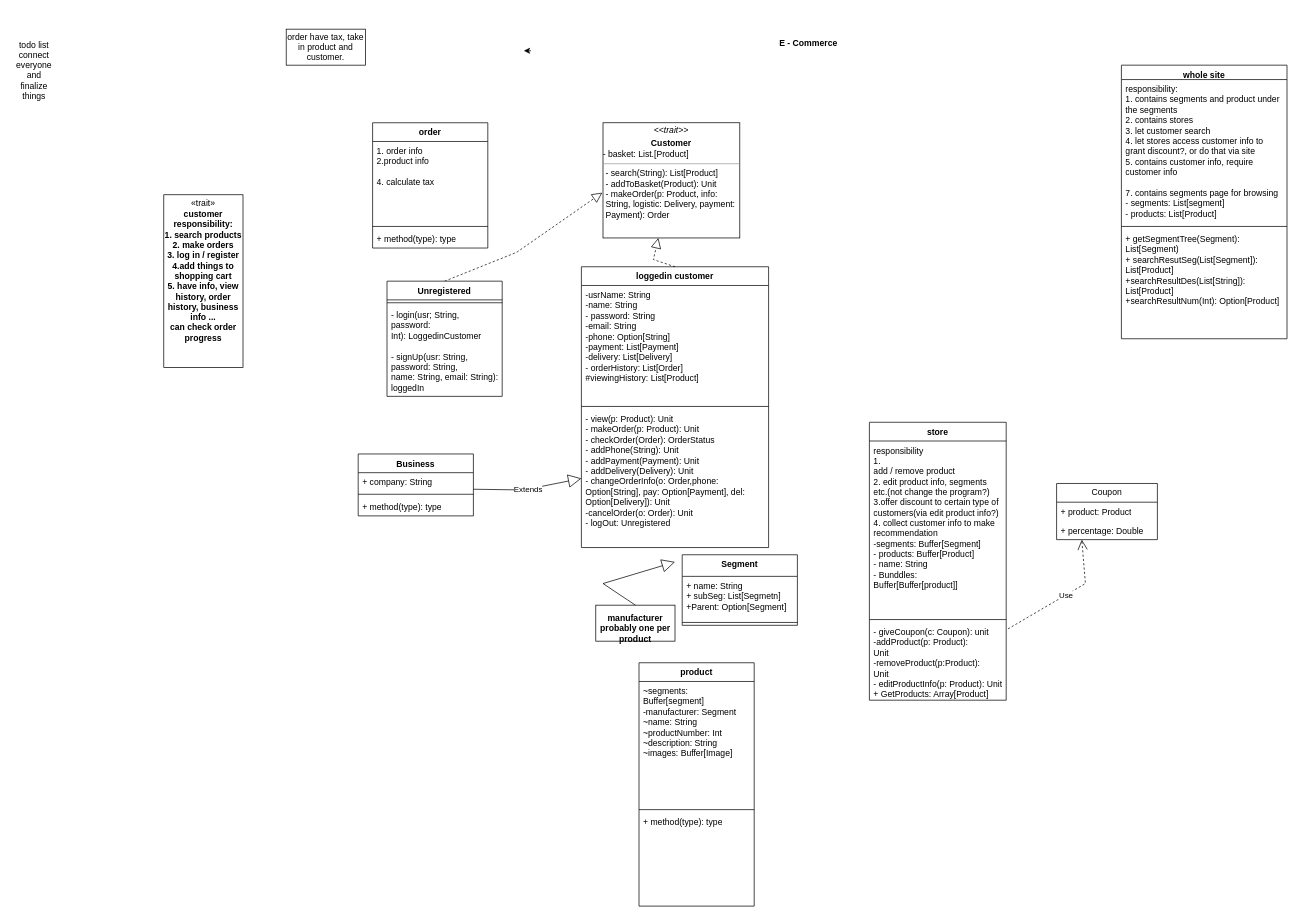
picadud/StudioA keeps this draw.io diagram as Untitled Diagram.drawio. Above is the earlier version. Source tidied: cells renumbered, new cells numbered last; positions are measured from the earlier drawing's top-left corner, leaving out a move shared by most shapes. Both pictures are drawn from the tidied source at 72%, with x=0, y=0 at pixel (12, 14).
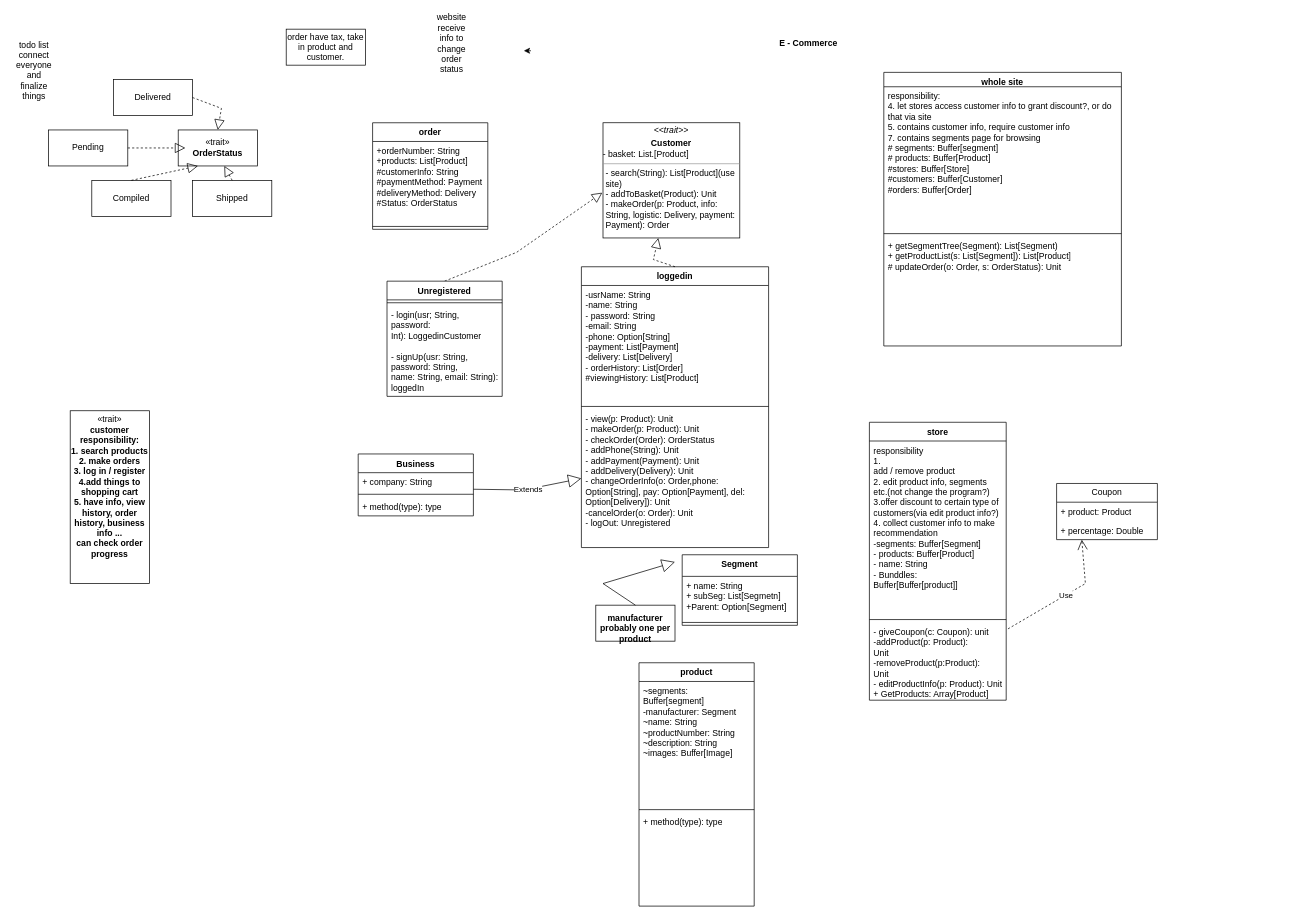
The same page after the edit.

Unchanged cells that the change refers to:
```xml
<mxCell id="24" value="product" style="swimlane;fontStyle=1;align=center;verticalAlign=top;horizontal=1;startSize=26;whiteSpace=wrap;html=1;" parent="1" vertex="1">
  <mxGeometry x="870" y="900" width="160" height="338" as="geometry" />
</mxCell>
```

The edit, as a diff of the source:
```diff
@@
     <mxCell id="3" value="whole site" style="swimlane;fontStyle=1;align=center;verticalAlign=top;horizontal=1;startSize=20;whiteSpace=wrap;html=1;" parent="1" vertex="1">
-      <mxGeometry x="1540" y="70" width="230" height="380" as="geometry" />
+      <mxGeometry x="1210" y="80" width="330" height="380" as="geometry" />
     </mxCell>
-    <mxCell id="4" value="&lt;div&gt;responsibility:&lt;/div&gt;&lt;div&gt;1. contains segments and product under the segments&lt;/div&gt;&lt;div&gt;2. contains stores&lt;/div&gt;&lt;div&gt;3. let customer search&lt;/div&gt;&lt;div&gt;4. let stores access customer info to grant discount?, or do that via site&lt;/div&gt;&lt;div&gt;5. contains customer info, require customer info&lt;br&gt;&lt;/div&gt;&lt;div&gt;&lt;br&gt;&lt;/div&gt;&lt;div&gt;7. contains segments page for browsing&lt;br&gt;&lt;/div&gt;&lt;div&gt;- segments: List[segment]&lt;/div&gt;&lt;div&gt;- products: List[Product]&lt;br&gt;&lt;/div&gt;&lt;div&gt;&lt;br&gt;&lt;/div&gt;" style="text;strokeColor=none;fillColor=none;align=left;verticalAlign=top;spacingLeft=4;spacingRight=4;overflow=hidden;whiteSpace=wrap;html=1;" parent="3" vertex="1">
-      <mxGeometry y="20" width="230" height="200" as="geometry" />
+    <mxCell id="4" value="&lt;div&gt;responsibility:&lt;/div&gt;&lt;div&gt;4. let stores access customer info to grant discount?, or do that via site&lt;/div&gt;&lt;div&gt;5. contains customer info, require customer info&lt;br&gt;&lt;/div&gt;&lt;div&gt;7. contains segments page for browsing&lt;br&gt;&lt;/div&gt;&lt;div&gt;# segments: Buffer[segment]&lt;/div&gt;&lt;div&gt;# products: Buffer[Product]&lt;/div&gt;&lt;div&gt;#stores: Buffer[Store]&lt;/div&gt;&lt;div&gt;#customers: Buffer[Customer]&lt;/div&gt;&lt;div&gt;#orders: Buffer[Order]&lt;br&gt;&lt;/div&gt;&lt;div&gt;&lt;br&gt;&lt;/div&gt;&lt;div&gt;&lt;br&gt;&lt;/div&gt;&lt;div&gt;&lt;br&gt;&lt;/div&gt;" style="text;strokeColor=none;fillColor=none;align=left;verticalAlign=top;spacingLeft=4;spacingRight=4;overflow=hidden;whiteSpace=wrap;html=1;" parent="3" vertex="1">
+      <mxGeometry y="20" width="330" height="200" as="geometry" />
     </mxCell>
     <mxCell id="5" style="line;strokeWidth=1;fillColor=none;align=left;verticalAlign=middle;spacingTop=-1;spacingLeft=3;spacingRight=3;labelPosition=right;strokeColor=inherit;" parent="3" vertex="1">
-      <mxGeometry y="220" width="230" height="8" as="geometry" />
+      <mxGeometry y="220" width="330" height="8" as="geometry" />
     </mxCell>
-    <mxCell id="6" value="&lt;div&gt;+ getSegmentTree(Segment): List[Segment)&lt;/div&gt;&lt;div&gt;+ searchResutSeg(List[Segment]):&lt;/div&gt;&lt;div&gt;List[Product]&lt;/div&gt;&lt;div&gt;+searchResultDes(List[String]):&lt;/div&gt;&lt;div&gt;List[Product]&lt;/div&gt;&lt;div&gt;+searchResultNum(Int): Option[Product]&lt;br&gt;&lt;/div&gt;" style="text;strokeColor=none;fillColor=none;align=left;verticalAlign=top;spacingLeft=4;spacingRight=4;overflow=hidden;whiteSpace=wrap;html=1;" parent="3" vertex="1">
-      <mxGeometry y="228" width="230" height="152" as="geometry" />
+    <mxCell id="6" value="&lt;div&gt;+ getSegmentTree(Segment): List[Segment)&lt;/div&gt;&lt;div&gt;+ getProductList(s: List[Segment]): List[Product]&lt;/div&gt;&lt;div&gt;# updateOrder(o: Order, s: OrderStatus): Unit&lt;/div&gt;&lt;div&gt;&lt;br&gt;&lt;/div&gt;&lt;div&gt;&lt;br&gt;&lt;/div&gt;" style="text;strokeColor=none;fillColor=none;align=left;verticalAlign=top;spacingLeft=4;spacingRight=4;overflow=hidden;whiteSpace=wrap;html=1;" parent="3" vertex="1">
+      <mxGeometry y="228" width="330" height="152" as="geometry" />
     </mxCell>
     <mxCell id="7" value="&lt;div&gt;«trait»&lt;/div&gt;&lt;div&gt;&lt;b&gt;customer&lt;/b&gt;&lt;/div&gt;&lt;div&gt;&lt;b&gt;responsibility:&lt;/b&gt;&lt;/div&gt;&lt;div&gt;&lt;b&gt;1. search products&lt;/b&gt;&lt;/div&gt;&lt;div&gt;&lt;b&gt;2. make orders&lt;/b&gt;&lt;/div&gt;&lt;div&gt;&lt;b&gt;3. log in / register&lt;/b&gt;&lt;/div&gt;&lt;div&gt;&lt;b&gt;4.add things to shopping cart&lt;/b&gt;&lt;/div&gt;&lt;div&gt;&lt;b&gt;5. have info, view history, order history, business info ...&lt;br&gt;&lt;/b&gt;&lt;/div&gt;&lt;div&gt;&lt;b&gt;can check order progress&lt;br&gt;&lt;/b&gt;&lt;/div&gt;&lt;div&gt;&lt;b&gt;&lt;br&gt;&lt;/b&gt;&lt;/div&gt;&lt;div&gt;&lt;b&gt;&lt;br&gt;&lt;/b&gt;&lt;/div&gt;" style="html=1;whiteSpace=wrap;" parent="1" vertex="1">
-      <mxGeometry x="210" y="250" width="110" height="240" as="geometry" />
+      <mxGeometry x="80" y="550" width="110" height="240" as="geometry" />
     </mxCell>
-    <mxCell id="8" value="loggedin customer" style="swimlane;fontStyle=1;align=center;verticalAlign=top;horizontal=1;startSize=26;whiteSpace=wrap;html=1;" parent="1" vertex="1">
+    <mxCell id="8" value="loggedin " style="swimlane;fontStyle=1;align=center;verticalAlign=top;horizontal=1;startSize=26;whiteSpace=wrap;html=1;" parent="1" vertex="1">
       <mxGeometry x="790" y="350" width="260" height="390" as="geometry" />
     </mxCell>
@@
     <mxCell id="16" value="order" style="swimlane;fontStyle=1;align=center;verticalAlign=top;horizontal=1;startSize=26;whiteSpace=wrap;html=1;" parent="1" vertex="1">
-      <mxGeometry x="500" y="150" width="160" height="174" as="geometry" />
+      <mxGeometry x="500" y="150" width="160" height="148" as="geometry" />
     </mxCell>
-    <mxCell id="17" value="&lt;div&gt;1. order info&lt;/div&gt;&lt;div&gt;2.product info&lt;/div&gt;&lt;div&gt;&lt;br&gt;&lt;/div&gt;&lt;div&gt;4. calculate tax&lt;br&gt;&lt;/div&gt;&lt;div&gt;&lt;br&gt;&lt;/div&gt;" style="text;strokeColor=none;fillColor=none;align=left;verticalAlign=top;spacingLeft=4;spacingRight=4;overflow=hidden;whiteSpace=wrap;html=1;" parent="16" vertex="1">
+    <mxCell id="17" value="&lt;div&gt;+orderNumber: String&lt;/div&gt;&lt;div&gt;+products: List[Product]&lt;/div&gt;&lt;div&gt;#customerInfo: String&lt;/div&gt;&lt;div&gt;#paymentMethod: Payment&lt;/div&gt;&lt;div&gt;#deliveryMethod: Delivery&lt;/div&gt;&lt;div&gt;#Status: OrderStatus&lt;br&gt;&lt;/div&gt;" style="text;strokeColor=none;fillColor=none;align=left;verticalAlign=top;spacingLeft=4;spacingRight=4;overflow=hidden;whiteSpace=wrap;html=1;" parent="16" vertex="1">
       <mxGeometry y="26" width="160" height="114" as="geometry" />
     </mxCell>
@@
-    <mxCell id="19" value="+ method(type): type" style="text;strokeColor=none;fillColor=none;align=left;verticalAlign=top;spacingLeft=4;spacingRight=4;overflow=hidden;whiteSpace=wrap;html=1;" parent="16" vertex="1">
-      <mxGeometry y="148" width="160" height="26" as="geometry" />
-    </mxCell>
@@
-    <mxCell id="25" value="&lt;div&gt;~segments: Buffer[segment]&lt;/div&gt;&lt;div&gt;-manufacturer: Segment&lt;/div&gt;&lt;div&gt;~name: String&lt;/div&gt;&lt;div&gt;~productNumber: Int&lt;/div&gt;&lt;div&gt;~description: String&lt;/div&gt;&lt;div&gt;~images: Buffer[Image]&lt;br&gt;&lt;/div&gt;&lt;div&gt;&lt;br&gt;&lt;/div&gt;&lt;div&gt;&lt;br&gt;&lt;/div&gt;&lt;div&gt;&lt;br&gt;&lt;/div&gt;" style="text;strokeColor=none;fillColor=none;align=left;verticalAlign=top;spacingLeft=4;spacingRight=4;overflow=hidden;whiteSpace=wrap;html=1;" parent="24" vertex="1">
+    <mxCell id="25" value="&lt;div&gt;~segments: Buffer[segment]&lt;/div&gt;&lt;div&gt;-manufacturer: Segment&lt;/div&gt;&lt;div&gt;~name: String&lt;/div&gt;&lt;div&gt;~productNumber: String&lt;/div&gt;&lt;div&gt;~description: String&lt;/div&gt;&lt;div&gt;~images: Buffer[Image]&lt;br&gt;&lt;/div&gt;&lt;div&gt;&lt;br&gt;&lt;/div&gt;&lt;div&gt;&lt;br&gt;&lt;/div&gt;&lt;div&gt;&lt;br&gt;&lt;/div&gt;" style="text;strokeColor=none;fillColor=none;align=left;verticalAlign=top;spacingLeft=4;spacingRight=4;overflow=hidden;whiteSpace=wrap;html=1;" parent="24" vertex="1">
       <mxGeometry y="26" width="160" height="174" as="geometry" />
     </mxCell>
@@
-    <mxCell id="38" value="&lt;p style=&quot;margin:0px;margin-top:4px;text-align:center;&quot;&gt;&lt;i&gt;&amp;lt;&amp;lt;trait&amp;gt;&amp;gt;&lt;/i&gt;&lt;/p&gt;&lt;p style=&quot;margin:0px;margin-top:4px;text-align:center;&quot;&gt;&lt;b&gt;Customer&lt;/b&gt;&lt;br&gt;&lt;/p&gt;- basket: List.[Product]&lt;br&gt;&lt;hr size=&quot;1&quot;&gt;&lt;p style=&quot;margin:0px;margin-left:4px;&quot;&gt;- search(String): List[Product]&lt;br&gt;- addToBasket(Product): Unit&lt;/p&gt;&lt;p style=&quot;margin:0px;margin-left:4px;&quot;&gt;- makeOrder(p: Product, info: String, logistic: Delivery, payment: Payment): Order&lt;/p&gt;&lt;p style=&quot;margin:0px;margin-left:4px;&quot;&gt;&lt;br&gt;&lt;/p&gt;&lt;p style=&quot;margin:0px;margin-left:4px;&quot;&gt;&lt;br&gt;&lt;/p&gt;&lt;p style=&quot;margin:0px;margin-left:4px;&quot;&gt;&lt;br&gt;&lt;/p&gt;" style="verticalAlign=top;align=left;overflow=fill;fontSize=12;fontFamily=Helvetica;html=1;whiteSpace=wrap;" parent="1" vertex="1">
+    <mxCell id="38" value="&lt;p style=&quot;margin:0px;margin-top:4px;text-align:center;&quot;&gt;&lt;i&gt;&amp;lt;&amp;lt;trait&amp;gt;&amp;gt;&lt;/i&gt;&lt;/p&gt;&lt;p style=&quot;margin:0px;margin-top:4px;text-align:center;&quot;&gt;&lt;b&gt;Customer&lt;/b&gt;&lt;br&gt;&lt;/p&gt;- basket: List.[Product]&lt;br&gt;&lt;hr size=&quot;1&quot;&gt;&lt;p style=&quot;margin:0px;margin-left:4px;&quot;&gt;- search(String): List[Product](use site)&lt;br&gt;- addToBasket(Product): Unit&lt;/p&gt;&lt;p style=&quot;margin:0px;margin-left:4px;&quot;&gt;- makeOrder(p: Product, info: String, logistic: Delivery, payment: Payment): Order&lt;/p&gt;&lt;p style=&quot;margin:0px;margin-left:4px;&quot;&gt;&lt;br&gt;&lt;/p&gt;&lt;p style=&quot;margin:0px;margin-left:4px;&quot;&gt;&lt;br&gt;&lt;/p&gt;&lt;p style=&quot;margin:0px;margin-left:4px;&quot;&gt;&lt;br&gt;&lt;/p&gt;" style="verticalAlign=top;align=left;overflow=fill;fontSize=12;fontFamily=Helvetica;html=1;whiteSpace=wrap;" parent="1" vertex="1">
       <mxGeometry x="820" y="150" width="190" height="160" as="geometry" />
     </mxCell>
@@
+    <mxCell id="48" value="website receive info to change order status" style="text;html=1;strokeColor=none;fillColor=none;align=center;verticalAlign=middle;whiteSpace=wrap;rounded=0;" parent="1" vertex="1">
+      <mxGeometry x="580" y="25" width="60" height="30" as="geometry" />
+    </mxCell>
+    <mxCell id="49" value="&lt;div&gt;«trait»&lt;b&gt;&lt;br&gt;&lt;/b&gt;&lt;/div&gt;&lt;div&gt;&lt;b&gt;OrderStatus&lt;/b&gt;&lt;/div&gt;" style="html=1;whiteSpace=wrap;" parent="1" vertex="1">
+      <mxGeometry x="230" y="160" width="110" height="50" as="geometry" />
+    </mxCell>
+    <mxCell id="50" value="Pending" style="html=1;whiteSpace=wrap;" parent="1" vertex="1">
+      <mxGeometry x="50" y="160" width="110" height="50" as="geometry" />
+    </mxCell>
+    <mxCell id="51" value="Delivered" style="html=1;whiteSpace=wrap;" parent="1" vertex="1">
+      <mxGeometry x="140" y="90" width="110" height="50" as="geometry" />
+    </mxCell>
+    <mxCell id="52" value="Shipped" style="html=1;whiteSpace=wrap;" parent="1" vertex="1">
+      <mxGeometry x="250" y="230" width="110" height="50" as="geometry" />
+    </mxCell>
+    <mxCell id="53" value="Compiled" style="html=1;whiteSpace=wrap;" parent="1" vertex="1">
+      <mxGeometry x="110" y="230" width="110" height="50" as="geometry" />
+    </mxCell>
+    <mxCell id="54" style="endArrow=block;dashed=1;endFill=0;endSize=12;html=1;rounded=0;exitX=0.5;exitY=0;exitDx=0;exitDy=0;entryX=0.582;entryY=1;entryDx=0;entryDy=0;entryPerimeter=0;" parent="1" edge="1" source="52" target="49">
+      <mxGeometry relative="1" as="geometry" />
+    </mxCell>
+    <mxCell id="55" style="endArrow=block;dashed=1;endFill=0;endSize=12;html=1;rounded=0;exitX=0.5;exitY=0;exitDx=0;exitDy=0;entryX=0.25;entryY=1;entryDx=0;entryDy=0;" parent="1" edge="1" source="53" target="49">
+      <mxGeometry relative="1" as="geometry" />
+    </mxCell>
+    <mxCell id="56" style="endArrow=block;dashed=1;endFill=0;endSize=12;html=1;rounded=0;" parent="1" edge="1" source="50">
+      <mxGeometry relative="1" as="geometry">
+        <mxPoint x="240" y="185" as="targetPoint" />
+      </mxGeometry>
+    </mxCell>
+    <mxCell id="57" style="endArrow=block;dashed=1;endFill=0;endSize=12;html=1;rounded=0;exitX=1;exitY=0.5;exitDx=0;exitDy=0;entryX=0.5;entryY=0;entryDx=0;entryDy=0;" parent="1" edge="1" source="51" target="49">
+      <mxGeometry relative="1" as="geometry">
+        <Array as="points">
+          <mxPoint x="290" y="130" />
+        </Array>
+      </mxGeometry>
+    </mxCell>
```
